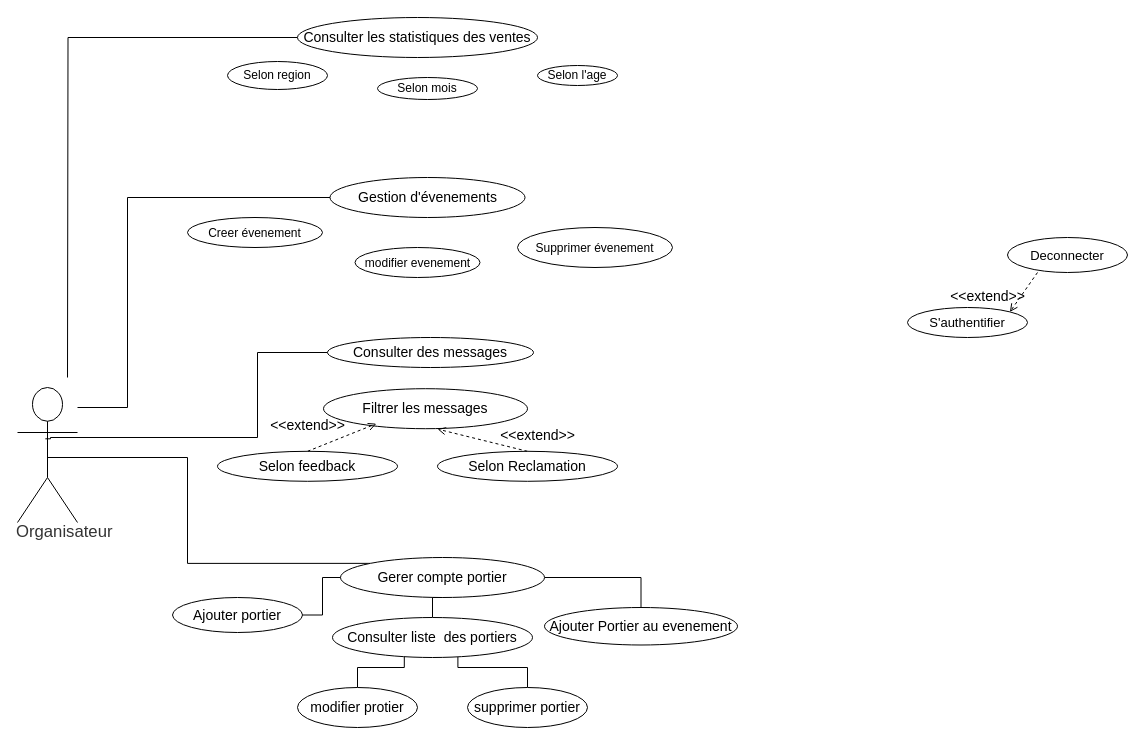
mohamedimem/event- keeps this draw.io diagram as Diagram de cas utilisation/4-Organizateur_Vf.drawio. Above is the earlier version. Source tidied: cells renumbered, new cells numbered last; positions are measured from the earlier drawing's top-left corner, leaving out a move shared by most shapes. Both pictures are drawn from the tidied source at 100%, with x=0, y=0 at pixel (17, 17).
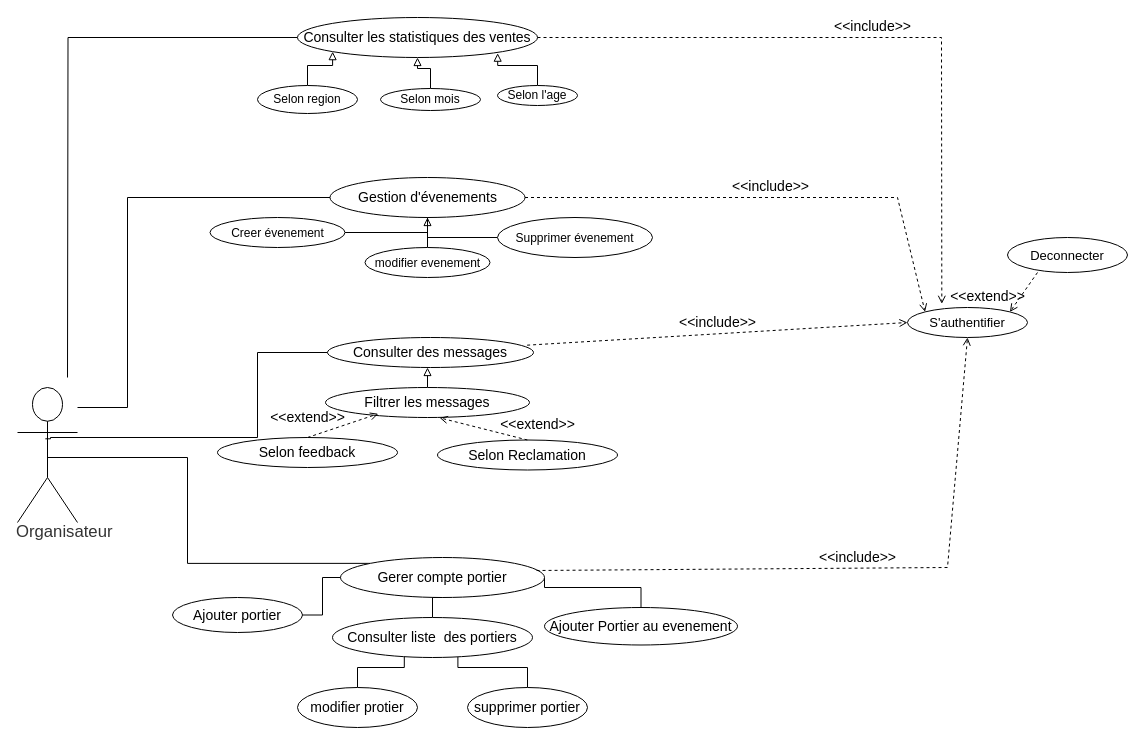
The same page after the edit.

Commit message (it also covers changes not shown here):
Mettre à jour 4-Organizateur_Vf.drawio

Unchanged cells that the change refers to:
```xml
<mxCell id="4" value="&lt;font style=&quot;font-size: 14px;&quot;&gt;Consulter les statistiques des ventes &lt;/font&gt;" style="html=1;overflow=block;blockSpacing=1;whiteSpace=wrap;ellipse;fontSize=13;spacing=3.8;strokeColor=#000000;strokeOpacity=100;rounded=1;absoluteArcSize=1;arcSize=9;strokeWidth=1;lucidId=.BitsejxpJ_f;" parent="1" vertex="1">
  <mxGeometry x="280" width="240" height="40" as="geometry" />
</mxCell>
<mxCell id="5" value="&lt;font style=&quot;font-size: 14px;&quot;&gt;Gestion d'évenements&lt;/font&gt;" style="html=1;overflow=block;blockSpacing=1;whiteSpace=wrap;ellipse;fontSize=13;spacing=3.8;strokeColor=#000000;strokeOpacity=100;rounded=1;absoluteArcSize=1;arcSize=9;strokeWidth=1;lucidId=.BitsejxpJ_f;" parent="1" vertex="1">
  <mxGeometry x="312.5" y="160" width="195" height="40" as="geometry" />
</mxCell>
<mxCell id="10" value="&lt;font style=&quot;font-size: 14px;&quot;&gt;Consulter des messages  &lt;/font&gt;" style="ellipse;whiteSpace=wrap;html=1;strokeWidth=1;strokeColor=#000000;" parent="1" vertex="1">
  <mxGeometry x="310" y="320" width="206" height="30" as="geometry" />
</mxCell>
<mxCell id="13" value="&lt;div&gt;&lt;font style=&quot;font-size: 14px;&quot;&gt;Ajouter Portier au evenement&lt;/font&gt;&lt;/div&gt;" style="ellipse;whiteSpace=wrap;html=1;strokeWidth=1;strokeColor=#000000;" parent="1" vertex="1">
  <mxGeometry x="527" y="590" width="193" height="37.5" as="geometry" />
</mxCell>
<mxCell id="14" value="S'authentifier" style="html=1;overflow=block;blockSpacing=1;whiteSpace=wrap;ellipse;fontSize=13;spacing=3.8;strokeColor=#000000;strokeOpacity=100;rounded=1;absoluteArcSize=1;arcSize=9;strokeWidth=1;lucidId=XvitAHHM73nt;" parent="1" vertex="1">
  <mxGeometry x="890" y="290" width="120" height="30" as="geometry" />
</mxCell>
<mxCell id="25" value="&lt;font style=&quot;font-size: 14px;&quot;&gt;Gerer compte portier&lt;/font&gt;" style="ellipse;whiteSpace=wrap;html=1;strokeWidth=1;strokeColor=#000000;" parent="1" vertex="1">
  <mxGeometry x="323" y="540" width="204" height="40" as="geometry" />
</mxCell>
```

What changed in the source:
```diff
@@
+    <mxCell id="35" style="edgeStyle=orthogonalEdgeStyle;rounded=0;jettySize=auto;html=1;exitX=1;exitY=0.5;exitDx=0;exitDy=0;entryX=0.5;entryY=1;entryDx=0;entryDy=0;fontSize=14;endArrow=none;endFill=0;" parent="1" edge="1" source="6" target="5">
+      <mxGeometry relative="1" as="geometry">
+        <Array as="points">
+          <mxPoint x="410" y="215" />
+        </Array>
+      </mxGeometry>
+    </mxCell>
     <mxCell id="6" value="&lt;font style=&quot;font-size: 12px;&quot;&gt;Creer évenement&lt;/font&gt;" style="html=1;overflow=block;blockSpacing=1;whiteSpace=wrap;ellipse;fontSize=13;spacing=3.8;strokeColor=#000000;strokeOpacity=100;rounded=1;absoluteArcSize=1;arcSize=9;strokeWidth=1;lucidId=.BitsejxpJ_f;" parent="1" vertex="1">
-      <mxGeometry x="170" y="200" width="135" height="30" as="geometry" />
+      <mxGeometry x="192.5" y="200" width="135" height="30" as="geometry" />
     </mxCell>
+    <mxCell id="36" style="edgeStyle=orthogonalEdgeStyle;rounded=0;jettySize=auto;html=1;entryX=0.5;entryY=1;entryDx=0;entryDy=0;fontSize=14;endArrow=block;endFill=0;" parent="1" edge="1" source="7" target="5">
+      <mxGeometry relative="1" as="geometry">
+        <Array as="points">
+          <mxPoint x="410" y="230" />
+          <mxPoint x="410" y="230" />
+        </Array>
+      </mxGeometry>
+    </mxCell>
     <mxCell id="7" value="&lt;font style=&quot;font-size: 12px;&quot;&gt;modifier evenement&lt;/font&gt;" style="html=1;overflow=block;blockSpacing=1;whiteSpace=wrap;ellipse;fontSize=13;spacing=3.8;strokeColor=#000000;strokeOpacity=100;rounded=1;absoluteArcSize=1;arcSize=9;strokeWidth=1;lucidId=.BitsejxpJ_f;" parent="1" vertex="1">
-      <mxGeometry x="337.5" y="230" width="125" height="30" as="geometry" />
+      <mxGeometry x="347.5" y="230" width="125" height="30" as="geometry" />
     </mxCell>
+    <mxCell id="37" style="edgeStyle=orthogonalEdgeStyle;rounded=0;jettySize=auto;html=1;entryX=0.5;entryY=1;entryDx=0;entryDy=0;fontSize=14;endArrow=none;endFill=0;" parent="1" edge="1" source="8" target="5">
+      <mxGeometry relative="1" as="geometry">
+        <Array as="points">
+          <mxPoint x="578" y="220" />
+          <mxPoint x="410" y="220" />
+        </Array>
+      </mxGeometry>
+    </mxCell>
     <mxCell id="8" value="&lt;font style=&quot;font-size: 12px;&quot;&gt;Supprimer évenement &lt;/font&gt;" style="html=1;overflow=block;blockSpacing=1;whiteSpace=wrap;ellipse;fontSize=13;spacing=3.8;strokeColor=#000000;strokeOpacity=100;rounded=1;absoluteArcSize=1;arcSize=9;strokeWidth=1;lucidId=.BitsejxpJ_f;" parent="1" vertex="1">
-      <mxGeometry x="500" y="210" width="155" height="40" as="geometry" />
+      <mxGeometry x="480" y="200" width="155" height="40" as="geometry" />
     </mxCell>
@@
+    <mxCell id="38" style="edgeStyle=orthogonalEdgeStyle;rounded=0;jettySize=auto;html=1;entryX=0.485;entryY=1;entryDx=0;entryDy=0;entryPerimeter=0;fontSize=14;endArrow=block;endFill=0;" parent="1" edge="1" source="11" target="10">
+      <mxGeometry relative="1" as="geometry" />
+    </mxCell>
     <mxCell id="11" value="&lt;div style=&quot;font-size: 14px;&quot;&gt;&lt;font style=&quot;font-size: 14px;&quot;&gt;Filtrer les messages &lt;br&gt;&lt;/font&gt;&lt;/div&gt;" style="ellipse;whiteSpace=wrap;html=1;strokeWidth=1;strokeColor=#000000;" parent="1" vertex="1">
-      <mxGeometry x="306" y="371.2" width="204" height="40" as="geometry" />
+      <mxGeometry x="308" y="370" width="204" height="30" as="geometry" />
     </mxCell>
     <mxCell id="12" style="edgeStyle=orthogonalEdgeStyle;rounded=0;jettySize=auto;html=1;entryX=1;entryY=0.5;entryDx=0;entryDy=0;fontSize=14;endArrow=none;endFill=0;" parent="1" edge="1" source="13" target="25">
-      <mxGeometry relative="1" as="geometry" />
+      <mxGeometry relative="1" as="geometry">
+        <Array as="points">
+          <mxPoint x="624" y="570" />
+          <mxPoint x="527" y="570" />
+        </Array>
+      </mxGeometry>
     </mxCell>
@@
     <mxCell id="17" value="&lt;div style=&quot;font-size: 14px;&quot;&gt;&lt;font style=&quot;font-size: 14px;&quot;&gt;Selon feedback&lt;br&gt;&lt;/font&gt;&lt;/div&gt;" style="ellipse;whiteSpace=wrap;html=1;strokeWidth=1;strokeColor=#000000;" parent="1" vertex="1">
-      <mxGeometry x="200" y="433.8" width="180" height="30" as="geometry" />
+      <mxGeometry x="200" y="420" width="180" height="30" as="geometry" />
     </mxCell>
     <mxCell id="18" value="&lt;div style=&quot;font-size: 14px;&quot;&gt;&lt;font style=&quot;font-size: 14px;&quot;&gt;Selon Reclamation&lt;br&gt;&lt;/font&gt;&lt;/div&gt;" style="ellipse;whiteSpace=wrap;html=1;strokeWidth=1;strokeColor=#000000;" parent="1" vertex="1">
-      <mxGeometry x="420" y="433.8" width="180" height="30" as="geometry" />
+      <mxGeometry x="420" y="422.5" width="180" height="30" as="geometry" />
     </mxCell>
     <mxCell id="19" value="&amp;lt;&amp;lt;extend&amp;gt;&amp;gt;" style="html=1;verticalAlign=bottom;labelBackgroundColor=none;endArrow=open;endFill=0;dashed=1;rounded=0;fontSize=14;entryX=0.259;entryY=0.875;entryDx=0;entryDy=0;exitX=0.5;exitY=0;exitDx=0;exitDy=0;strokeWidth=1;strokeColor=#000000;entryPerimeter=0;" parent="1" edge="1" source="17" target="11">
-      <mxGeometry x="-0.85" y="14" relative="1" as="geometry" />
+      <mxGeometry x="-0.91" y="9" relative="1" as="geometry" />
     </mxCell>
@@
+    <mxCell id="39" style="edgeStyle=orthogonalEdgeStyle;rounded=0;jettySize=auto;html=1;entryX=0.834;entryY=0.892;entryDx=0;entryDy=0;entryPerimeter=0;fontSize=14;endArrow=block;endFill=0;" parent="1" edge="1" source="21" target="4">
+      <mxGeometry relative="1" as="geometry" />
+    </mxCell>
     <mxCell id="21" value="&lt;font style=&quot;font-size: 12px;&quot;&gt;Selon l'age&lt;/font&gt;" style="ellipse;whiteSpace=wrap;html=1;" parent="1" vertex="1">
-      <mxGeometry x="520" y="48" width="80" height="20" as="geometry" />
+      <mxGeometry x="480" y="68" width="80" height="20" as="geometry" />
     </mxCell>
+    <mxCell id="40" style="edgeStyle=orthogonalEdgeStyle;rounded=0;jettySize=auto;html=1;exitX=0.5;exitY=0;exitDx=0;exitDy=0;fontSize=14;endArrow=block;endFill=0;" parent="1" edge="1" source="22" target="4">
+      <mxGeometry relative="1" as="geometry" />
+    </mxCell>
     <mxCell id="22" value="&lt;div&gt;&lt;font style=&quot;font-size: 12px;&quot;&gt;Selon &lt;font style=&quot;font-size: 12px;&quot;&gt;mois&lt;/font&gt;&lt;/font&gt;&lt;/div&gt;" style="ellipse;whiteSpace=wrap;html=1;" parent="1" vertex="1">
-      <mxGeometry x="360" y="60" width="100" height="22" as="geometry" />
+      <mxGeometry x="363" y="71" width="100" height="22" as="geometry" />
     </mxCell>
+    <mxCell id="41" style="edgeStyle=orthogonalEdgeStyle;rounded=0;jettySize=auto;html=1;entryX=0;entryY=1;entryDx=0;entryDy=0;fontSize=14;endArrow=block;endFill=0;" parent="1" edge="1" source="23" target="4">
+      <mxGeometry relative="1" as="geometry" />
+    </mxCell>
     <mxCell id="23" value="&lt;font style=&quot;font-size: 12px;&quot;&gt;Selon region&lt;/font&gt;" style="ellipse;whiteSpace=wrap;html=1;" parent="1" vertex="1">
-      <mxGeometry x="210" y="44" width="100" height="28" as="geometry" />
+      <mxGeometry x="240" y="68" width="100" height="28" as="geometry" />
     </mxCell>
@@
+    <mxCell id="42" value="&amp;lt;&amp;lt;include&amp;gt;&amp;gt;" style="html=1;verticalAlign=bottom;labelBackgroundColor=none;endArrow=open;endFill=0;dashed=1;rounded=0;fontSize=14;exitX=1;exitY=0.5;exitDx=0;exitDy=0;entryX=0.286;entryY=-0.122;entryDx=0;entryDy=0;entryPerimeter=0;" parent="1" edge="1" source="4" target="14">
+      <mxGeometry relative="1" as="geometry">
+        <Array as="points">
+          <mxPoint x="924" y="20" />
+        </Array>
+      </mxGeometry>
+    </mxCell>
+    <mxCell id="43" value="&amp;lt;&amp;lt;include&amp;gt;&amp;gt;" style="html=1;verticalAlign=bottom;labelBackgroundColor=none;endArrow=open;endFill=0;dashed=1;rounded=0;fontSize=14;exitX=1;exitY=0.5;exitDx=0;exitDy=0;entryX=0;entryY=0;entryDx=0;entryDy=0;" parent="1" edge="1" source="5" target="14">
+      <mxGeometry relative="1" as="geometry">
+        <Array as="points">
+          <mxPoint x="880" y="180" />
+        </Array>
+      </mxGeometry>
+    </mxCell>
+    <mxCell id="44" value="&amp;lt;&amp;lt;include&amp;gt;&amp;gt;" style="html=1;verticalAlign=bottom;labelBackgroundColor=none;endArrow=open;endFill=0;dashed=1;rounded=0;fontSize=14;entryX=0;entryY=0.5;entryDx=0;entryDy=0;exitX=0.969;exitY=0.256;exitDx=0;exitDy=0;exitPerimeter=0;" parent="1" edge="1" source="10" target="14">
+      <mxGeometry relative="1" as="geometry" />
+    </mxCell>
+    <mxCell id="45" value="&amp;lt;&amp;lt;include&amp;gt;&amp;gt;" style="html=1;verticalAlign=bottom;labelBackgroundColor=none;endArrow=open;endFill=0;dashed=1;rounded=0;fontSize=14;entryX=0.5;entryY=1;entryDx=0;entryDy=0;exitX=0.961;exitY=0.325;exitDx=0;exitDy=0;exitPerimeter=0;" parent="1" edge="1" source="25" target="14">
+      <mxGeometry relative="1" as="geometry">
+        <Array as="points">
+          <mxPoint x="930" y="550" />
+        </Array>
+      </mxGeometry>
+    </mxCell>
```
